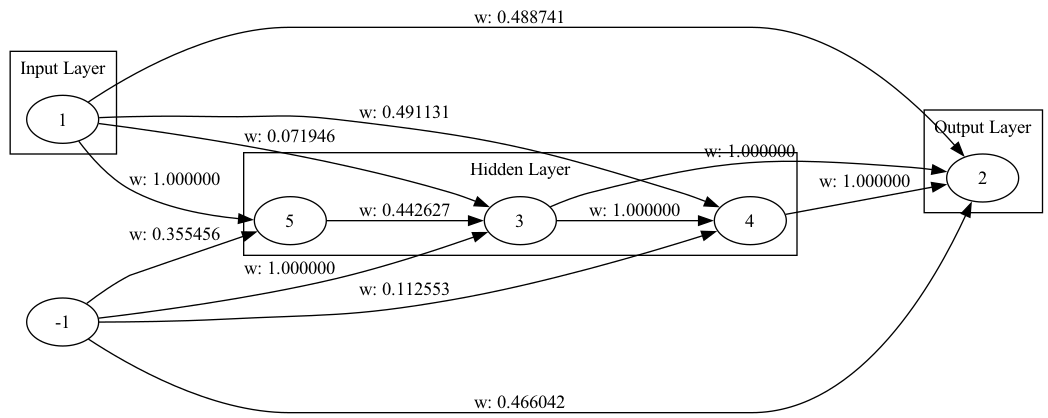
Before: genome_graph.png, a diagram exported from Graphviz (malikAkurtz/TradingSystem). Its source is kept beside it as genome_graph.dot.
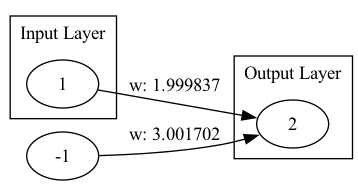
The same file after the commit.

Change to the diagram source:
```diff
@@ -6,24 +6,11 @@
   }
   subgraph cluster_1 {
     label="Hidden Layer";
-    3;
-    4;
-    5;
   }
   subgraph cluster_2 {
     label="Output Layer";
     2;
   }
-  1 -> 2 [label="w: 0.488741"];
-  -1 -> 2 [label="w: 0.466042"];
-  -1 -> 3 [label="w: 1.000000"];
-  3 -> 2 [label="w: 1.000000"];
-  1 -> 3 [label="w: 0.071946"];
-  3 -> 4 [label="w: 1.000000"];
-  4 -> 2 [label="w: 1.000000"];
-  1 -> 4 [label="w: 0.491131"];
-  1 -> 5 [label="w: 1.000000"];
-  5 -> 3 [label="w: 0.442627"];
-  -1 -> 5 [label="w: 0.355456"];
-  -1 -> 4 [label="w: 0.112553"];
+  1 -> 2 [label="w: 1.999837"];
+  -1 -> 2 [label="w: 3.001702"];
 }
```
